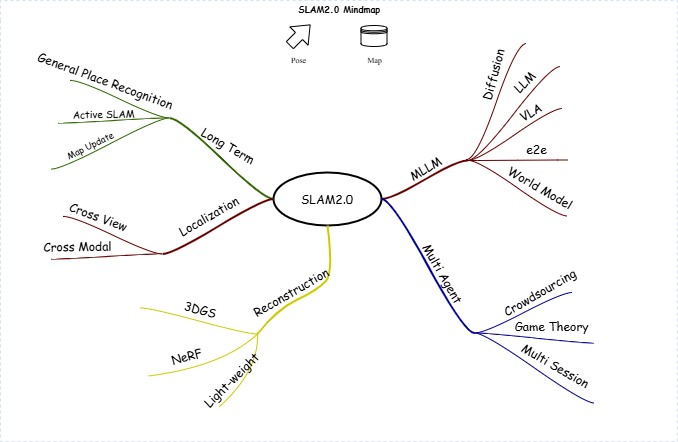
This is slam2.0.drawio.png from runjtu/awesome-and-novel-works-in-slam, a draw.io export, as it was before one commit. Source tidied: cells renumbered, new cells last; positions are measured from the earlier drawing's top-left corner, leaving out a move shared by most shapes. The source it was exported from:
```xml
<mxGraphModel math="1">
  <root>
    <mxCell id="0" />
    <mxCell id="1" parent="0" />
    <mxCell id="2" value="SLAM2.0 Mindmap" style="swimlane;html=1;startSize=20;horizontal=1;containerType=tree;labelBackgroundColor=none;strokeColor=#D4E1F5;strokeWidth=1;fillColor=none;fontFamily=Comic Sans MS;fontSize=9;swimlaneLine=0;dashed=1;" parent="1" vertex="1">
      <mxGeometry width="677" height="441" as="geometry" />
    </mxCell>
    <mxCell id="3" value="&lt;font face=&quot;Comic Sans MS&quot;&gt;SLAM2.0&lt;/font&gt;" style="ellipse;whiteSpace=wrap;html=1;align=center;strokeWidth=2;" parent="2" vertex="1">
      <mxGeometry x="273" y="172" width="108" height="53" as="geometry" />
    </mxCell>
    <mxCell id="4" style="whiteSpace=wrap;html=1;rounded=1;arcSize=50;align=center;verticalAlign=middle;strokeWidth=1;spacing=4;" parent="2" vertex="1">
      <mxGeometry x="471" y="158" height="1" as="geometry" />
    </mxCell>
    <mxCell id="5" style="edgeStyle=entityRelationEdgeStyle;startArrow=none;endArrow=none;segment=10;curved=1;strokeWidth=2;strokeColor=#660000;rounded=0;fontSize=12;startSize=8;endSize=8;" parent="2" edge="1" source="3">
      <mxGeometry relative="1" as="geometry">
        <mxPoint x="467" y="160" as="targetPoint" />
      </mxGeometry>
    </mxCell>
    <mxCell id="6" value="MLLM" style="text;html=1;align=center;verticalAlign=middle;labelBackgroundColor=none;rotation=-30;fontFamily=Comic Sans MS;" parent="5" vertex="1">
      <mxGeometry x="0.02" y="2" relative="1" as="geometry">
        <mxPoint x="1" y="-9" as="offset" />
      </mxGeometry>
    </mxCell>
    <mxCell id="7" style="whiteSpace=wrap;html=1;rounded=1;arcSize=50;align=center;verticalAlign=middle;strokeWidth=1;spacing=4;" parent="2" vertex="1" collapsed="1">
      <mxGeometry x="562" y="108" width="5" as="geometry" />
    </mxCell>
    <mxCell id="8" style="edgeStyle=entityRelationEdgeStyle;startArrow=none;endArrow=none;segment=10;curved=1;strokeColor=#660000;rounded=0;fontSize=12;startSize=8;endSize=8;" parent="2" edge="1" target="7">
      <mxGeometry relative="1" as="geometry">
        <mxPoint x="467" y="160" as="sourcePoint" />
      </mxGeometry>
    </mxCell>
    <mxCell id="9" value="VLA" style="text;html=1;align=center;verticalAlign=middle;labelBackgroundColor=none;fontFamily=Comic Sans MS;rotation=-30;" parent="8" vertex="1">
      <mxGeometry x="0.26" relative="1" as="geometry">
        <mxPoint x="3" y="-14" as="offset" />
      </mxGeometry>
    </mxCell>
    <mxCell id="10" style="whiteSpace=wrap;html=1;rounded=1;arcSize=50;align=center;verticalAlign=middle;strokeWidth=1;spacing=4;" parent="2" vertex="1">
      <mxGeometry x="567" y="159" height="1" as="geometry" />
    </mxCell>
    <mxCell id="11" style="edgeStyle=entityRelationEdgeStyle;startArrow=none;endArrow=none;segment=10;curved=1;strokeColor=#660000;rounded=0;fontSize=12;startSize=8;endSize=8;" parent="2" edge="1" target="10">
      <mxGeometry relative="1" as="geometry">
        <mxPoint x="467" y="160" as="sourcePoint" />
      </mxGeometry>
    </mxCell>
    <mxCell id="12" value="e2e" style="text;html=1;align=center;verticalAlign=middle;labelBackgroundColor=none;fontFamily=Comic Sans MS;rotation=0;" parent="11" vertex="1">
      <mxGeometry x="-0.11" y="-1" relative="1" as="geometry">
        <mxPoint x="24" y="-12" as="offset" />
      </mxGeometry>
    </mxCell>
    <mxCell id="13" style="whiteSpace=wrap;html=1;rounded=1;arcSize=50;align=center;verticalAlign=middle;strokeWidth=1;spacing=4;" parent="2" vertex="1">
      <mxGeometry x="567" y="215" height="1" as="geometry" />
    </mxCell>
    <mxCell id="14" style="edgeStyle=entityRelationEdgeStyle;startArrow=none;endArrow=none;segment=10;curved=1;strokeColor=#660000;rounded=0;fontSize=12;startSize=8;endSize=8;" parent="2" edge="1" target="13">
      <mxGeometry relative="1" as="geometry">
        <mxPoint x="468" y="160" as="sourcePoint" />
      </mxGeometry>
    </mxCell>
    <mxCell id="15" value="World Model" style="text;html=1;align=center;verticalAlign=middle;labelBackgroundColor=none;fontFamily=Comic Sans MS;rotation=30;" parent="14" vertex="1">
      <mxGeometry x="-0.11" y="-1" relative="1" as="geometry">
        <mxPoint x="28" y="1" as="offset" />
      </mxGeometry>
    </mxCell>
    <mxCell id="16" style="whiteSpace=wrap;html=1;rounded=1;arcSize=50;align=center;verticalAlign=middle;strokeWidth=1;spacing=4;" parent="2" vertex="1">
      <mxGeometry x="474" y="332" height="1" as="geometry" />
    </mxCell>
    <mxCell id="17" style="edgeStyle=entityRelationEdgeStyle;startArrow=none;endArrow=none;segment=10;curved=1;strokeWidth=2;strokeColor=#000099;rounded=0;fontSize=12;startSize=8;endSize=8;" parent="2" edge="1" source="3" target="16">
      <mxGeometry relative="1" as="geometry" />
    </mxCell>
    <mxCell id="18" value="Multi Agent" style="text;html=1;align=center;verticalAlign=middle;labelBackgroundColor=none;rotation=60;fontFamily=Comic Sans MS;" parent="17" vertex="1">
      <mxGeometry x="0.02" y="2" relative="1" as="geometry">
        <mxPoint x="13" y="6" as="offset" />
      </mxGeometry>
    </mxCell>
    <mxCell id="19" style="whiteSpace=wrap;html=1;rounded=1;arcSize=50;align=center;verticalAlign=middle;strokeWidth=1;spacing=4;" parent="2" vertex="1">
      <mxGeometry x="572" y="292" width="5" as="geometry" />
    </mxCell>
    <mxCell id="20" style="edgeStyle=entityRelationEdgeStyle;startArrow=none;endArrow=none;segment=10;curved=1;strokeColor=#000099;rounded=0;fontSize=12;startSize=8;endSize=8;" parent="2" edge="1" source="16" target="19">
      <mxGeometry relative="1" as="geometry" />
    </mxCell>
    <mxCell id="21" value="Crowdsourcing" style="text;html=1;align=center;verticalAlign=middle;labelBackgroundColor=none;fontFamily=Comic Sans MS;rotation=-30;" parent="20" vertex="1">
      <mxGeometry x="0.26" relative="1" as="geometry">
        <mxPoint x="3" y="-14" as="offset" />
      </mxGeometry>
    </mxCell>
    <mxCell id="22" style="whiteSpace=wrap;html=1;rounded=1;arcSize=50;align=center;verticalAlign=middle;strokeWidth=1;spacing=4;" parent="2" vertex="1">
      <mxGeometry x="594" y="342" height="1" as="geometry" />
    </mxCell>
    <mxCell id="23" style="edgeStyle=entityRelationEdgeStyle;startArrow=none;endArrow=none;segment=10;curved=1;strokeColor=#000099;rounded=0;fontSize=12;startSize=8;endSize=8;" parent="2" edge="1" source="16" target="22">
      <mxGeometry relative="1" as="geometry" />
    </mxCell>
    <mxCell id="24" value="Game Theory" style="text;html=1;align=center;verticalAlign=middle;labelBackgroundColor=none;fontFamily=Comic Sans MS;rotation=0;" parent="23" vertex="1">
      <mxGeometry x="-0.11" y="-1" relative="1" as="geometry">
        <mxPoint x="24" y="-12" as="offset" />
      </mxGeometry>
    </mxCell>
    <mxCell id="25" style="whiteSpace=wrap;html=1;rounded=1;arcSize=50;align=center;verticalAlign=middle;strokeWidth=1;spacing=4;" parent="2" vertex="1">
      <mxGeometry x="594" y="402" height="1" as="geometry" />
    </mxCell>
    <mxCell id="26" style="edgeStyle=entityRelationEdgeStyle;startArrow=none;endArrow=none;segment=10;curved=1;strokeColor=#000099;rounded=0;fontSize=12;startSize=8;endSize=8;" parent="2" edge="1" source="16" target="25">
      <mxGeometry relative="1" as="geometry" />
    </mxCell>
    <mxCell id="27" value="Multi Session" style="text;html=1;align=center;verticalAlign=middle;labelBackgroundColor=none;fontFamily=Comic Sans MS;rotation=30;" parent="26" vertex="1">
      <mxGeometry x="-0.11" y="-1" relative="1" as="geometry">
        <mxPoint x="28" y="1" as="offset" />
      </mxGeometry>
    </mxCell>
    <mxCell id="28" style="whiteSpace=wrap;html=1;rounded=1;arcSize=50;align=center;verticalAlign=middle;strokeWidth=1;spacing=4;" parent="2" vertex="1">
      <mxGeometry x="169" y="117" height="1" as="geometry" />
    </mxCell>
    <mxCell id="29" style="edgeStyle=entityRelationEdgeStyle;startArrow=none;endArrow=none;segment=10;curved=1;strokeWidth=2;strokeColor=#336600;rounded=0;fontSize=12;startSize=8;endSize=8;" parent="2" edge="1" source="3" target="28">
      <mxGeometry relative="1" as="geometry" />
    </mxCell>
    <mxCell id="30" value="Long Term" style="text;html=1;align=center;verticalAlign=middle;labelBackgroundColor=none;rotation=30;fontFamily=Comic Sans MS;" parent="29" vertex="1">
      <mxGeometry x="0.02" y="2" relative="1" as="geometry">
        <mxPoint x="9" y="-14" as="offset" />
      </mxGeometry>
    </mxCell>
    <mxCell id="31" style="whiteSpace=wrap;html=1;rounded=1;arcSize=50;align=center;verticalAlign=middle;strokeWidth=1;spacing=4;" parent="2" vertex="1">
      <mxGeometry x="51" y="168" height="1" as="geometry" />
    </mxCell>
    <mxCell id="32" style="edgeStyle=entityRelationEdgeStyle;startArrow=none;endArrow=none;segment=10;curved=1;strokeColor=#336600;rounded=0;fontSize=12;startSize=8;endSize=8;" parent="2" edge="1" source="28" target="31">
      <mxGeometry relative="1" as="geometry" />
    </mxCell>
    <mxCell id="33" value="Map Update" style="text;html=1;align=center;verticalAlign=middle;labelBackgroundColor=none;fontFamily=Comic Sans MS;rotation=-26;fontSize=9;" parent="32" vertex="1">
      <mxGeometry x="-0.11" y="-1" relative="1" as="geometry">
        <mxPoint x="-27" y="7" as="offset" />
      </mxGeometry>
    </mxCell>
    <mxCell id="34" style="whiteSpace=wrap;html=1;rounded=1;arcSize=50;align=center;verticalAlign=middle;strokeWidth=1;spacing=4;" parent="2" vertex="1">
      <mxGeometry x="58" y="122" height="1" as="geometry" />
    </mxCell>
    <mxCell id="35" style="edgeStyle=entityRelationEdgeStyle;startArrow=none;endArrow=none;segment=10;curved=1;strokeColor=#336600;rounded=0;fontSize=12;startSize=8;endSize=8;" parent="2" edge="1" source="28" target="34">
      <mxGeometry relative="1" as="geometry" />
    </mxCell>
    <mxCell id="36" value="Active SLAM" style="text;html=1;align=center;verticalAlign=middle;labelBackgroundColor=none;fontFamily=Comic Sans MS;rotation=-1;fontSize=10;" parent="35" vertex="1">
      <mxGeometry x="-0.11" y="-1" relative="1" as="geometry">
        <mxPoint x="-18" y="-6" as="offset" />
      </mxGeometry>
    </mxCell>
    <mxCell id="37" style="whiteSpace=wrap;html=1;rounded=1;arcSize=50;align=center;verticalAlign=middle;strokeWidth=1;spacing=4;" parent="2" vertex="1" collapsed="1">
      <mxGeometry x="65" y="80" width="5" as="geometry" />
    </mxCell>
    <mxCell id="38" style="edgeStyle=entityRelationEdgeStyle;startArrow=none;endArrow=none;segment=10;curved=1;strokeColor=#336600;rounded=0;fontSize=12;startSize=8;endSize=8;" parent="2" edge="1" source="28" target="37">
      <mxGeometry relative="1" as="geometry" />
    </mxCell>
    <mxCell id="39" value="General Place Recognition" style="text;html=1;align=center;verticalAlign=middle;labelBackgroundColor=none;fontFamily=Comic Sans MS;rotation=20;" parent="38" vertex="1">
      <mxGeometry x="0.26" relative="1" as="geometry">
        <mxPoint x="-2" y="-13" as="offset" />
      </mxGeometry>
    </mxCell>
    <mxCell id="40" style="jumpStyle=arc;html=1;endArrow=classicThin;endFill=1;jettySize=auto;strokeColor=none;strokeWidth=2;fontFamily=Comic Sans MS;fontSize=10;rounded=0;startSize=8;endSize=8;curved=1;" parent="2" edge="1" source="28">
      <mxGeometry relative="1" as="geometry">
        <mxPoint x="148.1" y="99.2" as="targetPoint" />
      </mxGeometry>
    </mxCell>
    <mxCell id="41" style="whiteSpace=wrap;html=1;rounded=1;arcSize=50;align=center;verticalAlign=middle;strokeWidth=1;spacing=4;" parent="2" vertex="1">
      <mxGeometry x="162" y="253" height="1" as="geometry" />
    </mxCell>
    <mxCell id="42" style="edgeStyle=entityRelationEdgeStyle;startArrow=none;endArrow=none;segment=10;curved=1;strokeWidth=2;strokeColor=#660000;rounded=0;fontSize=12;startSize=8;endSize=8;" parent="2" edge="1" source="3" target="41">
      <mxGeometry relative="1" as="geometry" />
    </mxCell>
    <mxCell id="43" value="Localization" style="text;html=1;align=center;verticalAlign=middle;labelBackgroundColor=none;rotation=-30;fontFamily=Comic Sans MS;" parent="42" vertex="1">
      <mxGeometry x="0.02" y="2" relative="1" as="geometry">
        <mxPoint x="-10" y="-13" as="offset" />
      </mxGeometry>
    </mxCell>
    <mxCell id="44" style="whiteSpace=wrap;html=1;rounded=1;arcSize=50;align=center;verticalAlign=middle;strokeWidth=1;spacing=4;" parent="2" vertex="1">
      <mxGeometry x="51" y="258" height="1" as="geometry" />
    </mxCell>
    <mxCell id="45" style="edgeStyle=entityRelationEdgeStyle;startArrow=none;endArrow=none;segment=10;curved=1;strokeColor=#660000;rounded=0;fontSize=12;startSize=8;endSize=8;" parent="2" edge="1" source="41" target="44">
      <mxGeometry relative="1" as="geometry" />
    </mxCell>
    <mxCell id="46" value="Cross Modal" style="text;html=1;align=center;verticalAlign=middle;labelBackgroundColor=none;fontFamily=Comic Sans MS;rotation=-1;fontSize=12;" parent="45" vertex="1">
      <mxGeometry x="-0.11" y="-1" relative="1" as="geometry">
        <mxPoint x="-37" y="-9" as="offset" />
      </mxGeometry>
    </mxCell>
    <mxCell id="47" style="whiteSpace=wrap;html=1;rounded=1;arcSize=50;align=center;verticalAlign=middle;strokeWidth=1;spacing=4;" parent="2" vertex="1" collapsed="1">
      <mxGeometry x="58" y="216" width="5" as="geometry" />
    </mxCell>
    <mxCell id="48" style="edgeStyle=entityRelationEdgeStyle;startArrow=none;endArrow=none;segment=10;curved=1;strokeColor=#660000;rounded=0;fontSize=12;startSize=8;endSize=8;" parent="2" edge="1" source="41" target="47">
      <mxGeometry relative="1" as="geometry" />
    </mxCell>
    <mxCell id="49" value="Cross View" style="text;html=1;align=center;verticalAlign=middle;labelBackgroundColor=none;fontFamily=Comic Sans MS;rotation=20;" parent="48" vertex="1">
      <mxGeometry x="0.26" relative="1" as="geometry">
        <mxPoint x="-2" y="-13" as="offset" />
      </mxGeometry>
    </mxCell>
    <mxCell id="50" style="whiteSpace=wrap;html=1;rounded=1;arcSize=50;align=center;verticalAlign=middle;strokeWidth=1;spacing=4;" parent="2" vertex="1">
      <mxGeometry x="257" y="333" height="1" as="geometry" />
    </mxCell>
    <mxCell id="51" style="startArrow=none;endArrow=none;segment=10;strokeWidth=2;strokeColor=#CCCC00;exitX=0.5;exitY=1;curved=1;rounded=0;fontSize=12;startSize=8;endSize=8;" parent="2" edge="1" source="3" target="50">
      <mxGeometry relative="1" as="geometry">
        <Array as="points">
          <mxPoint x="333" y="272" />
          <mxPoint x="318" y="289" />
          <mxPoint x="276" y="309" />
        </Array>
      </mxGeometry>
    </mxCell>
    <mxCell id="52" value="Reconstruction" style="text;html=1;align=center;verticalAlign=middle;labelBackgroundColor=none;rotation=-30;fontFamily=Comic Sans MS;" parent="51" vertex="1">
      <mxGeometry x="0.02" y="2" relative="1" as="geometry">
        <mxPoint x="-24" y="-2" as="offset" />
      </mxGeometry>
    </mxCell>
    <mxCell id="53" style="whiteSpace=wrap;html=1;rounded=1;arcSize=50;align=center;verticalAlign=middle;strokeWidth=1;spacing=4;" parent="2" vertex="1">
      <mxGeometry x="148" y="375" height="1" as="geometry" />
    </mxCell>
    <mxCell id="54" style="startArrow=none;endArrow=none;segment=10;strokeColor=#CCCC00;curved=1;rounded=0;fontSize=12;startSize=8;endSize=8;" parent="2" edge="1" source="50" target="53">
      <mxGeometry relative="1" as="geometry">
        <Array as="points">
          <mxPoint x="222" y="366" />
        </Array>
      </mxGeometry>
    </mxCell>
    <mxCell id="55" value="NeRF" style="text;html=1;align=center;verticalAlign=middle;labelBackgroundColor=none;fontFamily=Comic Sans MS;rotation=-15;fontSize=12;" parent="54" vertex="1">
      <mxGeometry x="-0.11" y="-1" relative="1" as="geometry">
        <mxPoint x="-30" y="-10" as="offset" />
      </mxGeometry>
    </mxCell>
    <mxCell id="56" style="whiteSpace=wrap;html=1;rounded=1;arcSize=50;align=center;verticalAlign=middle;strokeWidth=1;spacing=4;" parent="2" vertex="1">
      <mxGeometry x="140" y="307" height="1" as="geometry" />
    </mxCell>
    <mxCell id="57" style="edgeStyle=entityRelationEdgeStyle;startArrow=none;endArrow=none;segment=10;curved=1;strokeColor=#CCCC00;rounded=0;fontSize=12;startSize=8;endSize=8;" parent="2" edge="1" source="50" target="56">
      <mxGeometry relative="1" as="geometry" />
    </mxCell>
    <mxCell id="58" value="3DGS" style="text;html=1;align=center;verticalAlign=middle;labelBackgroundColor=none;fontFamily=Comic Sans MS;rotation=15;fontSize=12;" parent="57" vertex="1">
      <mxGeometry x="-0.11" y="-1" relative="1" as="geometry">
        <mxPoint x="-6" y="-13" as="offset" />
      </mxGeometry>
    </mxCell>
    <mxCell id="59" style="shape=datastore;whiteSpace=wrap;html=1;" parent="2" vertex="1">
      <mxGeometry x="360.5" y="25" width="26" height="21" as="geometry" />
    </mxCell>
    <mxCell id="60" style="shape=flexArrow;endArrow=classic;html=1;rounded=0;endWidth=14.8;endSize=4.928;" parent="2" edge="1">
      <mxGeometry relative="1" as="geometry">
        <mxPoint x="289" y="45" as="sourcePoint" />
        <mxPoint x="310" y="24" as="targetPoint" />
      </mxGeometry>
    </mxCell>
    <mxCell id="61" style="edgeStyle=orthogonalEdgeStyle;rounded=0;orthogonalLoop=1;jettySize=auto;html=1;exitX=0.5;exitY=1;exitDx=0;exitDy=0;" parent="2" edge="1" source="59" target="59">
      <mxGeometry relative="1" as="geometry" />
    </mxCell>
    <mxCell id="62" value="&lt;font face=&quot;Times New Roman&quot; style=&quot;font-size: 8px;&quot;&gt;Map&lt;/font&gt;" style="text;html=1;align=center;verticalAlign=middle;strokeColor=none;fillColor=none;" parent="2" vertex="1">
      <mxGeometry x="357" y="46" width="33" height="26" as="geometry" />
    </mxCell>
    <mxCell id="63" value="&lt;font face=&quot;Times New Roman&quot; style=&quot;font-size: 8px;&quot;&gt;Pose&lt;/font&gt;" style="text;html=1;align=center;verticalAlign=middle;strokeColor=none;fillColor=none;" parent="2" vertex="1">
      <mxGeometry x="281" y="46" width="33" height="26" as="geometry" />
    </mxCell>
    <mxCell id="64" style="startArrow=none;endArrow=none;segment=10;strokeColor=#CCCC00;curved=1;rounded=0;fontSize=12;startSize=8;endSize=8;" parent="1" edge="1">
      <mxGeometry relative="1" as="geometry">
        <mxPoint x="257" y="332" as="sourcePoint" />
        <mxPoint x="219" y="406" as="targetPoint" />
        <Array as="points">
          <mxPoint x="259" y="370" />
        </Array>
      </mxGeometry>
    </mxCell>
    <mxCell id="65" value="Light-weight" style="text;html=1;align=center;verticalAlign=middle;labelBackgroundColor=none;fontFamily=Comic Sans MS;rotation=-45;fontSize=12;" parent="64" vertex="1">
      <mxGeometry x="-0.11" y="-1" relative="1" as="geometry">
        <mxPoint x="-26" y="9" as="offset" />
      </mxGeometry>
    </mxCell>
    <mxCell id="66" style="edgeStyle=entityRelationEdgeStyle;startArrow=none;endArrow=none;segment=10;curved=1;strokeColor=#660000;rounded=0;fontSize=12;startSize=8;endSize=8;" parent="1" edge="1">
      <mxGeometry relative="1" as="geometry">
        <mxPoint x="467" y="160" as="sourcePoint" />
        <mxPoint x="560" y="66" as="targetPoint" />
      </mxGeometry>
    </mxCell>
    <mxCell id="67" value="LLM" style="text;html=1;align=center;verticalAlign=middle;labelBackgroundColor=none;fontFamily=Comic Sans MS;rotation=-45;" parent="66" vertex="1">
      <mxGeometry x="0.26" relative="1" as="geometry">
        <mxPoint x="-1" y="-17" as="offset" />
      </mxGeometry>
    </mxCell>
    <mxCell id="68" style="edgeStyle=entityRelationEdgeStyle;startArrow=none;endArrow=none;segment=10;curved=1;strokeColor=#660000;rounded=0;fontSize=12;startSize=8;endSize=8;" parent="1" edge="1">
      <mxGeometry relative="1" as="geometry">
        <mxPoint x="466" y="159" as="sourcePoint" />
        <mxPoint x="526" y="43" as="targetPoint" />
      </mxGeometry>
    </mxCell>
    <mxCell id="69" value="Diffusion" style="text;html=1;align=center;verticalAlign=middle;labelBackgroundColor=none;fontFamily=Comic Sans MS;rotation=-75;" parent="68" vertex="1">
      <mxGeometry x="0.26" relative="1" as="geometry">
        <mxPoint x="-10" y="-8" as="offset" />
      </mxGeometry>
    </mxCell>
  </root>
</mxGraphModel>
```
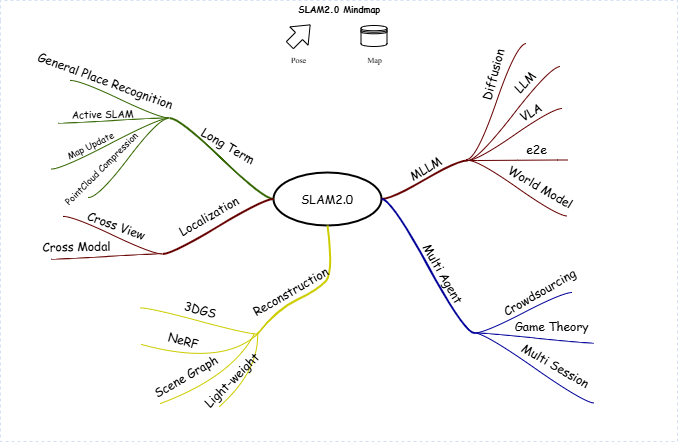
After the commit.

Diff of the diagram source:
```diff
@@ -183,7 +183,7 @@
     </mxCell>
     <mxCell id="49" value="Cross View" style="text;html=1;align=center;verticalAlign=middle;labelBackgroundColor=none;fontFamily=Comic Sans MS;rotation=20;" parent="48" vertex="1">
       <mxGeometry x="0.26" relative="1" as="geometry">
-        <mxPoint x="-2" y="-13" as="offset" />
+        <mxPoint x="16" y="-4" as="offset" />
       </mxGeometry>
     </mxCell>
     <mxCell id="50" style="whiteSpace=wrap;html=1;rounded=1;arcSize=50;align=center;verticalAlign=middle;strokeWidth=1;spacing=4;" parent="2" vertex="1">
@@ -206,16 +206,17 @@
     <mxCell id="53" style="whiteSpace=wrap;html=1;rounded=1;arcSize=50;align=center;verticalAlign=middle;strokeWidth=1;spacing=4;" parent="2" vertex="1">
       <mxGeometry x="148" y="375" height="1" as="geometry" />
     </mxCell>
-    <mxCell id="54" style="startArrow=none;endArrow=none;segment=10;strokeColor=#CCCC00;curved=1;rounded=0;fontSize=12;startSize=8;endSize=8;" parent="2" edge="1" source="50" target="53">
+    <mxCell id="54" style="startArrow=none;endArrow=none;segment=10;strokeColor=#CCCC00;curved=1;rounded=0;fontSize=12;startSize=8;endSize=8;" parent="2" edge="1" source="50">
       <mxGeometry relative="1" as="geometry">
+        <mxPoint x="141" y="344" as="targetPoint" />
         <Array as="points">
           <mxPoint x="222" y="366" />
         </Array>
       </mxGeometry>
     </mxCell>
-    <mxCell id="55" value="NeRF" style="text;html=1;align=center;verticalAlign=middle;labelBackgroundColor=none;fontFamily=Comic Sans MS;rotation=-15;fontSize=12;" parent="54" vertex="1">
+    <mxCell id="55" value="NeRF" style="text;html=1;align=center;verticalAlign=middle;labelBackgroundColor=none;fontFamily=Comic Sans MS;rotation=15;fontSize=12;" parent="54" vertex="1">
       <mxGeometry x="-0.11" y="-1" relative="1" as="geometry">
-        <mxPoint x="-30" y="-10" as="offset" />
+        <mxPoint x="-29" y="-23" as="offset" />
       </mxGeometry>
     </mxCell>
     <mxCell id="56" style="whiteSpace=wrap;html=1;rounded=1;arcSize=50;align=center;verticalAlign=middle;strokeWidth=1;spacing=4;" parent="2" vertex="1">
@@ -283,5 +284,30 @@
         <mxPoint x="-10" y="-8" as="offset" />
       </mxGeometry>
     </mxCell>
+    <mxCell id="70" style="edgeStyle=entityRelationEdgeStyle;startArrow=none;endArrow=none;segment=10;curved=1;strokeColor=#336600;rounded=0;fontSize=12;startSize=8;endSize=8;" parent="1" edge="1">
+      <mxGeometry relative="1" as="geometry">
+        <mxPoint x="88" y="197" as="sourcePoint" />
+        <mxPoint x="168" y="118" as="targetPoint" />
+      </mxGeometry>
+    </mxCell>
+    <mxCell id="71" value="PointCloud Compression" style="text;html=1;align=center;verticalAlign=middle;labelBackgroundColor=none;fontFamily=Comic Sans MS;rotation=-45;fontSize=9;" parent="70" vertex="1">
+      <mxGeometry x="-0.11" y="-1" relative="1" as="geometry">
+        <mxPoint x="-24" y="5" as="offset" />
+      </mxGeometry>
+    </mxCell>
+    <mxCell id="72" style="startArrow=none;endArrow=none;segment=10;strokeColor=#CCCC00;curved=1;rounded=0;fontSize=12;startSize=8;endSize=8;" parent="1" edge="1">
+      <mxGeometry relative="1" as="geometry">
+        <mxPoint x="254" y="333" as="sourcePoint" />
+        <mxPoint x="160" y="403" as="targetPoint" />
+        <Array as="points">
+          <mxPoint x="232" y="376" />
+        </Array>
+      </mxGeometry>
+    </mxCell>
+    <mxCell id="73" value="Scene Graph" style="text;html=1;align=center;verticalAlign=middle;labelBackgroundColor=none;fontFamily=Comic Sans MS;rotation=-30;fontSize=12;" parent="72" vertex="1">
+      <mxGeometry x="-0.11" y="-1" relative="1" as="geometry">
+        <mxPoint x="-40" y="-2" as="offset" />
+      </mxGeometry>
+    </mxCell>
   </root>
 </mxGraphModel>
```
